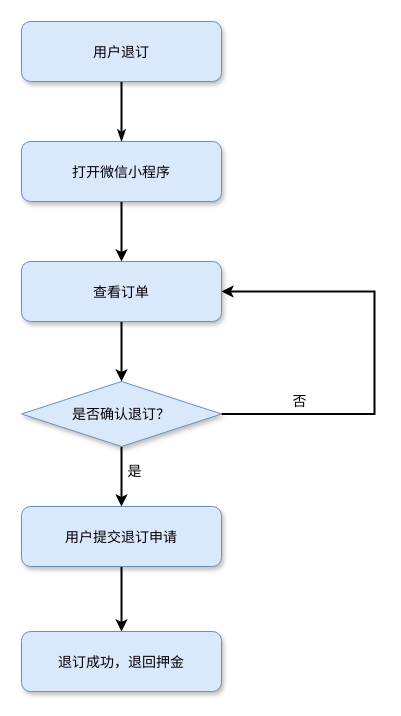
Before: docs/src/客户退订.drawio in AndSonder/smart-hotel-database, a draw.io diagram. Source tidied: cells renumbered, new cells numbered last; positions are measured from the earlier drawing's top-left corner, leaving out a move shared by most shapes. Both pictures are drawn from the tidied source at 100%, with x=0, y=0 at pixel (21, 21).
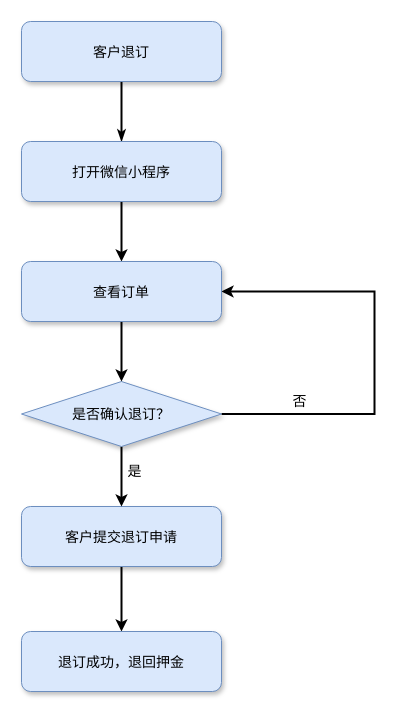
The same diagram, later.

The edit, as a diff of the source:
```diff
@@
 <mxGraphModel>
   <root>
     <mxCell id="0" />
     <mxCell id="1" parent="0" />
     <mxCell id="2" style="edgeStyle=none;rounded=0;jettySize=auto;html=1;exitX=0.5;exitY=1;exitDx=0;exitDy=0;startArrow=none;startFill=0;endArrow=classicThin;endFill=1;strokeColor=#000000;strokeWidth=2;" parent="1" edge="1" source="3" target="5">
       <mxGeometry relative="1" as="geometry" />
     </mxCell>
-    <mxCell id="3" value="用户退订" style="rounded=1;fillColor=#dae8fc;strokeColor=#6c8ebf;shadow=1;fontStyle=0;fontSize=14;" parent="1" vertex="1">
+    <mxCell id="3" value="客户退订" style="rounded=1;fillColor=#dae8fc;strokeColor=#6c8ebf;shadow=1;fontStyle=0;fontSize=14;" parent="1" vertex="1">
       <mxGeometry width="200" height="60" as="geometry" />
     </mxCell>
     <mxCell id="4" style="edgeStyle=orthogonalEdgeStyle;rounded=0;jettySize=auto;html=1;exitX=0.5;exitY=1;exitDx=0;exitDy=0;entryX=0.5;entryY=0;entryDx=0;entryDy=0;strokeWidth=2;" parent="1" edge="1" source="5" target="13">
       <mxGeometry relative="1" as="geometry" />
     </mxCell>
     <mxCell id="5" value="打开微信小程序" style="rounded=1;fillColor=#dae8fc;strokeColor=#6c8ebf;shadow=1;fontStyle=0;fontSize=14;" parent="1" vertex="1">
       <mxGeometry y="120" width="200" height="60" as="geometry" />
     </mxCell>
     <mxCell id="6" style="edgeStyle=orthogonalEdgeStyle;rounded=0;jettySize=auto;html=1;exitX=0.5;exitY=1;exitDx=0;exitDy=0;entryX=0.5;entryY=0;entryDx=0;entryDy=0;strokeWidth=2;" parent="1" edge="1" source="7" target="8">
       <mxGeometry relative="1" as="geometry" />
     </mxCell>
-    <mxCell id="7" value="用户提交退订申请" style="rounded=1;fillColor=#dae8fc;strokeColor=#6c8ebf;shadow=1;fontStyle=0;fontSize=14;" parent="1" vertex="1">
+    <mxCell id="7" value="客户提交退订申请" style="rounded=1;fillColor=#dae8fc;strokeColor=#6c8ebf;shadow=1;fontStyle=0;fontSize=14;" parent="1" vertex="1">
       <mxGeometry y="485" width="200" height="60" as="geometry" />
     </mxCell>
     <mxCell id="8" value="退订成功，退回押金" style="rounded=1;fillColor=#dae8fc;strokeColor=#6c8ebf;shadow=1;fontStyle=0;fontSize=14;" parent="1" vertex="1">
       <mxGeometry y="610" width="200" height="60" as="geometry" />
     </mxCell>
     <mxCell id="9" style="edgeStyle=orthogonalEdgeStyle;rounded=0;jettySize=auto;html=1;exitX=0.5;exitY=1;exitDx=0;exitDy=0;entryX=0.5;entryY=0;entryDx=0;entryDy=0;strokeWidth=2;" parent="1" edge="1" source="11" target="7">
       <mxGeometry relative="1" as="geometry" />
     </mxCell>
     <mxCell id="10" style="edgeStyle=orthogonalEdgeStyle;rounded=0;jettySize=auto;html=1;exitX=1;exitY=0.5;exitDx=0;exitDy=0;entryX=1;entryY=0.5;entryDx=0;entryDy=0;strokeWidth=2;" parent="1" edge="1" source="11" target="13">
       <mxGeometry relative="1" as="geometry">
         <Array as="points">
           <mxPoint x="353" y="393" />
           <mxPoint x="353" y="270" />
         </Array>
       </mxGeometry>
     </mxCell>
     <mxCell id="11" value="&lt;font style=&quot;vertical-align: inherit ; font-size: 14px&quot;&gt;&lt;font style=&quot;vertical-align: inherit ; font-size: 14px&quot;&gt;&lt;font style=&quot;vertical-align: inherit ; font-size: 14px&quot;&gt;&lt;font style=&quot;vertical-align: inherit ; font-size: 14px&quot;&gt;是否确认退订？&lt;/font&gt;&lt;/font&gt;&lt;/font&gt;&lt;/font&gt;" style="rhombus;whiteSpace=wrap;html=1;fillColor=#dae8fc;strokeColor=#6c8ebf;shadow=1;" parent="1" vertex="1">
       <mxGeometry y="360" width="200" height="65" as="geometry" />
     </mxCell>
     <mxCell id="12" style="edgeStyle=orthogonalEdgeStyle;rounded=0;jettySize=auto;html=1;exitX=0.5;exitY=1;exitDx=0;exitDy=0;entryX=0.5;entryY=0;entryDx=0;entryDy=0;strokeWidth=2;" parent="1" edge="1" source="13" target="11">
       <mxGeometry relative="1" as="geometry" />
     </mxCell>
     <mxCell id="13" value="查看订单" style="rounded=1;fillColor=#dae8fc;strokeColor=#6c8ebf;shadow=1;fontStyle=0;fontSize=14;" parent="1" vertex="1">
       <mxGeometry y="240" width="200" height="60" as="geometry" />
     </mxCell>
     <mxCell id="14" value="&lt;font style=&quot;font-size: 14px&quot;&gt;否&lt;/font&gt;" style="text;html=1;align=center;verticalAlign=middle;strokeColor=none;" parent="1" vertex="1">
       <mxGeometry x="263" y="370" width="30" height="20" as="geometry" />
     </mxCell>
     <mxCell id="15" value="&lt;font style=&quot;font-size: 14px&quot;&gt;是&lt;/font&gt;" style="text;html=1;align=center;verticalAlign=middle;strokeColor=none;" parent="1" vertex="1">
       <mxGeometry x="98" y="440" width="30" height="20" as="geometry" />
     </mxCell>
   </root>
 </mxGraphModel>
```
